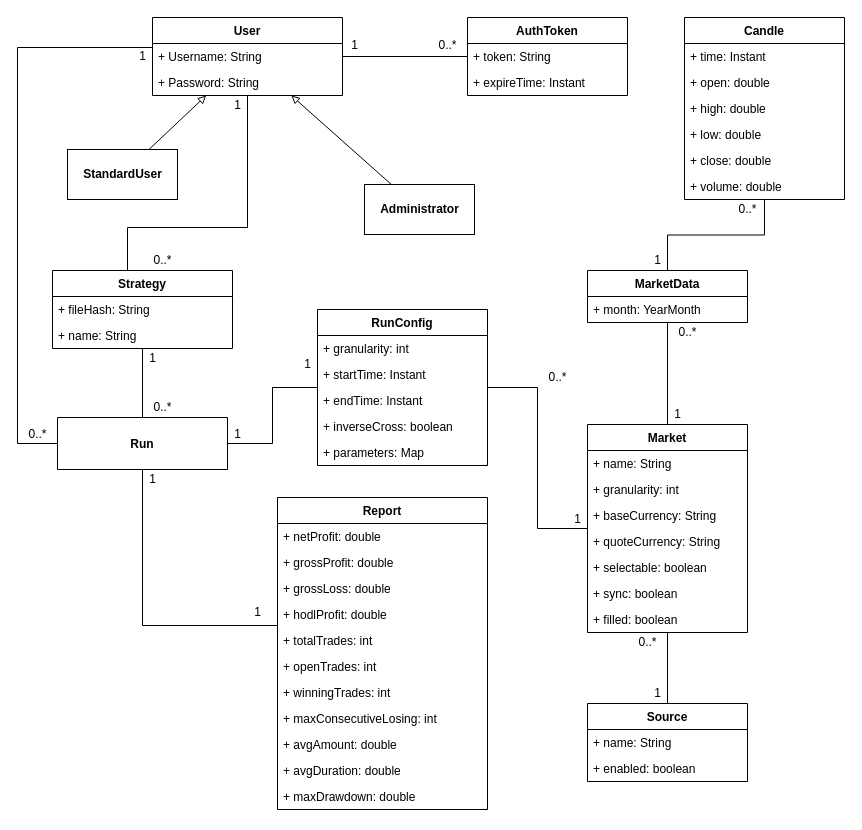
Earlier version of the draw.io diagram drawio/datamodel.drawio (nferrante1/lsmsd2). Source tidied: cells renumbered, new cells numbered last; positions are measured from the earlier drawing's top-left corner, leaving out a move shared by most shapes. Both pictures are drawn from the tidied source at 100%, with x=0, y=0 at pixel (17, 17).
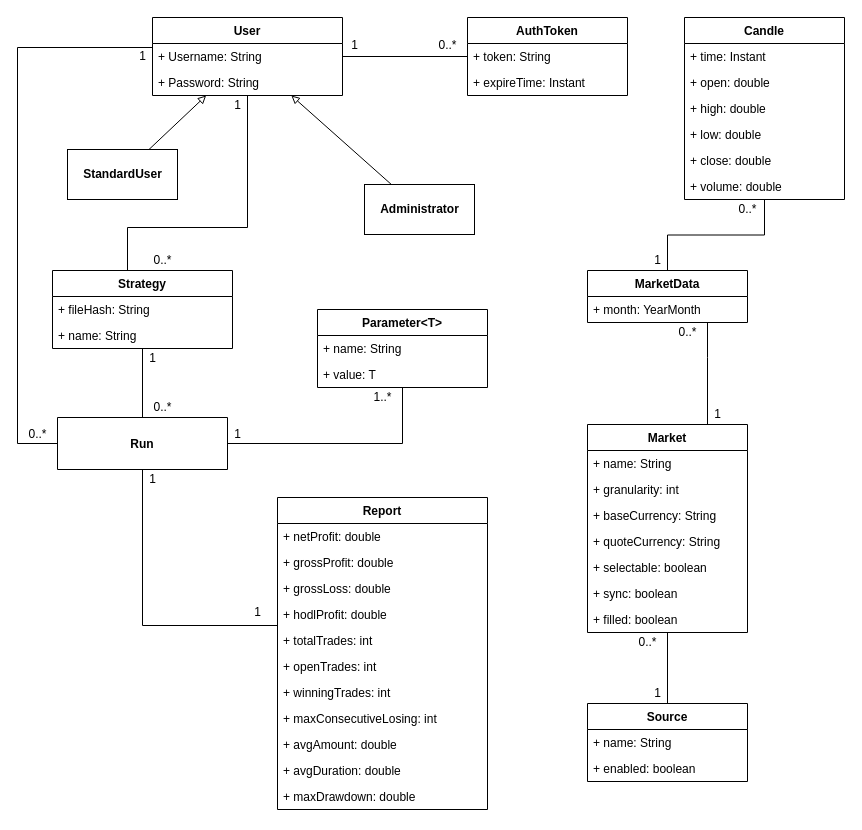
The same page after the edit.

The change refers to these unchanged cells:
```xml
<mxCell id="34" value="Market" style="swimlane;fontStyle=1;align=center;verticalAlign=top;horizontal=1;startSize=26;" parent="1" vertex="1">
  <mxGeometry x="570" y="407" width="160" height="208" as="geometry" />
</mxCell>
<mxCell id="81" value="MarketData" style="swimlane;fontStyle=1;align=center;verticalAlign=top;horizontal=1;startSize=26;" parent="1" vertex="1">
  <mxGeometry x="570" y="253" width="160" height="52" as="geometry" />
</mxCell>
```

Diff of the diagram source:
```diff
@@
-    <mxCell id="25" style="edgeStyle=orthogonalEdgeStyle;rounded=0;jettySize=auto;html=1;endArrow=none;endFill=0;" parent="1" edge="1" source="26" target="34">
-      <mxGeometry relative="1" as="geometry" />
-    </mxCell>
-    <mxCell id="26" value="RunConfig" style="swimlane;fontStyle=1;align=center;verticalAlign=top;horizontal=1;startSize=26;" parent="1" vertex="1">
-      <mxGeometry x="300" y="292" width="170" height="156" as="geometry" />
+    <mxCell id="26" value="Parameter&lt;T&gt;" style="swimlane;fontStyle=1;align=center;verticalAlign=top;horizontal=1;startSize=26;" parent="1" vertex="1">
+      <mxGeometry x="300" y="292" width="170" height="78" as="geometry" />
     </mxCell>
-    <mxCell id="27" value="+ granularity: int" style="text;strokeColor=none;fillColor=none;align=left;verticalAlign=top;spacingLeft=4;spacingRight=4;overflow=hidden;" parent="26" vertex="1">
+    <mxCell id="27" value="+ name: String" style="text;strokeColor=none;fillColor=none;align=left;verticalAlign=top;spacingLeft=4;spacingRight=4;overflow=hidden;" parent="26" vertex="1">
       <mxGeometry y="26" width="170" height="26" as="geometry" />
     </mxCell>
-    <mxCell id="28" value="+ startTime: Instant" style="text;strokeColor=none;fillColor=none;align=left;verticalAlign=top;spacingLeft=4;spacingRight=4;overflow=hidden;" parent="26" vertex="1">
+    <mxCell id="28" value="+ value: T" style="text;strokeColor=none;fillColor=none;align=left;verticalAlign=top;spacingLeft=4;spacingRight=4;overflow=hidden;" parent="26" vertex="1">
       <mxGeometry y="52" width="170" height="26" as="geometry" />
     </mxCell>
-    <mxCell id="29" value="+ endTime: Instant" style="text;strokeColor=none;fillColor=none;align=left;verticalAlign=top;spacingLeft=4;spacingRight=4;overflow=hidden;" parent="26" vertex="1">
-      <mxGeometry y="78" width="170" height="26" as="geometry" />
-    </mxCell>
-    <mxCell id="30" value="+ inverseCross: boolean" style="text;strokeColor=none;fillColor=none;align=left;verticalAlign=top;spacingLeft=4;spacingRight=4;overflow=hidden;" parent="26" vertex="1">
-      <mxGeometry y="104" width="170" height="26" as="geometry" />
-    </mxCell>
-    <mxCell id="31" value="+ parameters: Map" style="text;strokeColor=none;fillColor=none;align=left;verticalAlign=top;spacingLeft=4;spacingRight=4;overflow=hidden;" parent="26" vertex="1">
-      <mxGeometry y="130" width="170" height="26" as="geometry" />
-    </mxCell>
     <mxCell id="32" style="edgeStyle=orthogonalEdgeStyle;rounded=0;jettySize=auto;html=1;endArrow=none;endFill=0;" parent="1" edge="1" source="34" target="81">
-      <mxGeometry relative="1" as="geometry" />
+      <mxGeometry relative="1" as="geometry">
+        <Array as="points">
+          <mxPoint x="690" y="340" />
+          <mxPoint x="690" y="340" />
+        </Array>
+      </mxGeometry>
     </mxCell>
@@
-    <mxCell id="54" value="1" style="text;html=1;align=center;verticalAlign=middle;" parent="1" vertex="1">
-      <mxGeometry x="550" y="492" width="20" height="20" as="geometry" />
-    </mxCell>
@@
-    <mxCell id="70" value="0..*" style="text;html=1;align=center;verticalAlign=middle;" parent="1" vertex="1">
-      <mxGeometry x="520" y="350" width="40" height="20" as="geometry" />
-    </mxCell>
-    <mxCell id="71" value="1" style="text;html=1;align=center;verticalAlign=middle;" parent="1" vertex="1">
-      <mxGeometry x="280" y="337" width="20" height="20" as="geometry" />
+    <mxCell id="71" value="1..*" style="text;html=1;align=center;verticalAlign=middle;" parent="1" vertex="1">
+      <mxGeometry x="350" y="370" width="30" height="20" as="geometry" />
     </mxCell>
@@
     <mxCell id="73" value="1" style="text;html=1;align=center;verticalAlign=middle;" parent="1" vertex="1">
-      <mxGeometry x="650" y="387" width="20" height="20" as="geometry" />
+      <mxGeometry x="690" y="387" width="20" height="20" as="geometry" />
     </mxCell>
```
